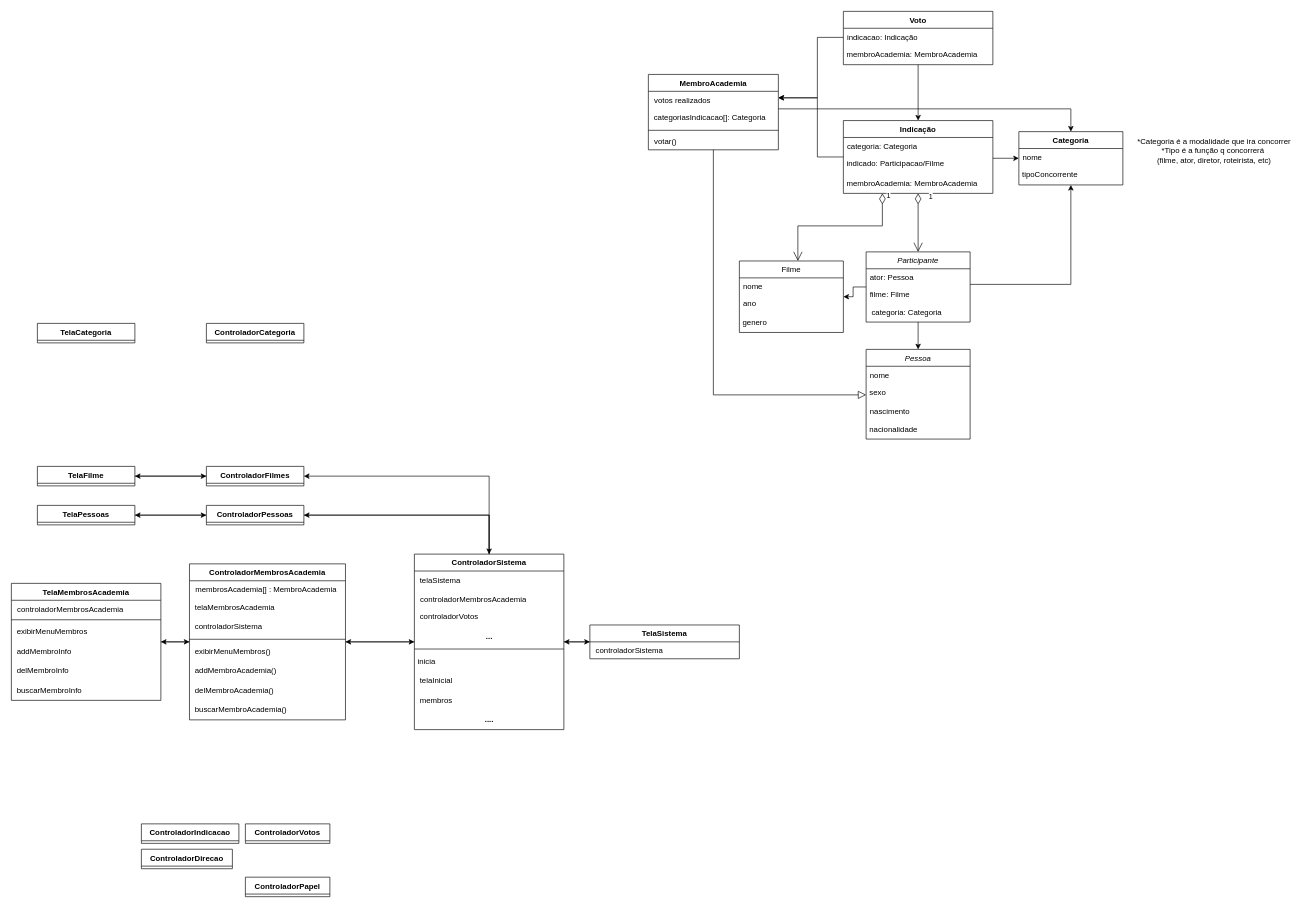
Before: Diagram de Classe V2.drawio in joaotuyama21/trabalho_dsoo, a draw.io diagram. Source tidied: cells renumbered, new cells numbered last; positions are measured from the earlier drawing's top-left corner, leaving out a move shared by most shapes. Both pictures are drawn from the tidied source at 65%, with x=0, y=0 at pixel (11, 11).
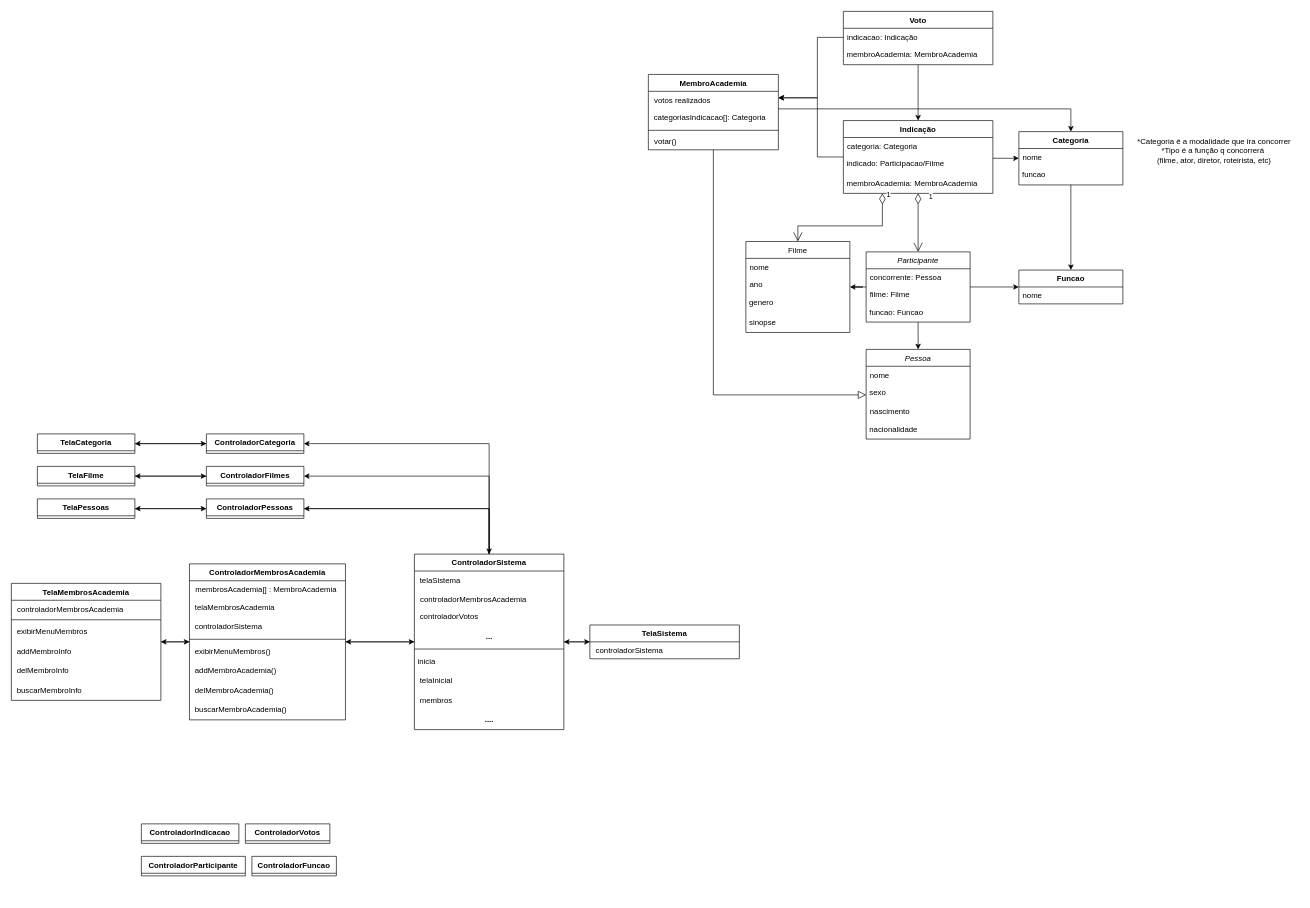
After the change.

Unchanged cells that the change refers to:
```xml
<mxCell id="25" value="ControladorSistema" style="swimlane;fontStyle=1;align=center;verticalAlign=top;horizontal=1;startSize=26;whiteSpace=wrap;html=1;" parent="1" vertex="1">
  <mxGeometry x="620" y="835" width="230" height="270" as="geometry" />
</mxCell>
<mxCell id="60" value="Categoria" style="swimlane;fontStyle=1;align=center;verticalAlign=top;horizontal=1;startSize=26;whiteSpace=wrap;html=1;" parent="1" vertex="1">
  <mxGeometry x="1550" y="185" width="160" height="82" as="geometry" />
</mxCell>
<mxCell id="63" value="Participante" style="swimlane;fontStyle=2;align=center;verticalAlign=top;horizontal=1;startSize=26;rounded=0;shadow=0;strokeWidth=1;" parent="1" vertex="1">
  <mxGeometry x="1315" y="370" width="160" height="108" as="geometry" />
</mxCell>
```

Change to the diagram source:
```diff
@@
     <mxCell id="4" value="ControladorPessoas" style="swimlane;fontStyle=1;align=center;verticalAlign=top;horizontal=1;startSize=26;whiteSpace=wrap;html=1;" parent="1" vertex="1" collapsed="1">
-      <mxGeometry x="300" y="760" width="150" height="30" as="geometry" />
+      <mxGeometry x="300" y="750" width="150" height="30" as="geometry" />
     </mxCell>
-    <mxCell id="5" value="ControladorPapel" style="swimlane;fontStyle=1;align=center;verticalAlign=top;horizontal=1;startSize=26;whiteSpace=wrap;html=1;" parent="1" vertex="1" collapsed="1">
-      <mxGeometry x="360" y="1332" width="130" height="30" as="geometry" />
+    <mxCell id="5" value="ControladorParticipante" style="swimlane;fontStyle=1;align=center;verticalAlign=top;horizontal=1;startSize=26;whiteSpace=wrap;html=1;" parent="1" vertex="1" collapsed="1">
+      <mxGeometry x="200" y="1300" width="160" height="30" as="geometry" />
     </mxCell>
-    <mxCell id="6" value="ControladorDirecao" style="swimlane;fontStyle=1;align=center;verticalAlign=top;horizontal=1;startSize=26;whiteSpace=wrap;html=1;" parent="1" vertex="1" collapsed="1">
-      <mxGeometry x="200" y="1289" width="140" height="30" as="geometry" />
-    </mxCell>
@@
+    <mxCell id="93" style="edgeStyle=orthogonalEdgeStyle;rounded=0;jettySize=auto;html=1;" parent="1" edge="1" source="8" target="92">
+      <mxGeometry relative="1" as="geometry" />
+    </mxCell>
     <mxCell id="8" value="ControladorCategoria" style="swimlane;fontStyle=1;align=center;verticalAlign=top;horizontal=1;startSize=26;whiteSpace=wrap;html=1;" parent="1" vertex="1" collapsed="1">
-      <mxGeometry x="300" y="480" width="150" height="30" as="geometry" />
+      <mxGeometry x="300" y="650" width="150" height="30" as="geometry" />
     </mxCell>
@@
     <mxCell id="24" style="edgeStyle=orthogonalEdgeStyle;rounded=0;jettySize=auto;html=1;" parent="1" edge="1" source="25" target="4">
       <mxGeometry relative="1" as="geometry">
         <Array as="points">
-          <mxPoint x="735" y="775" />
+          <mxPoint x="735" y="765" />
         </Array>
       </mxGeometry>
     </mxCell>
+    <mxCell id="94" style="edgeStyle=orthogonalEdgeStyle;rounded=0;jettySize=auto;html=1;" parent="1" edge="1" source="25" target="8">
+      <mxGeometry relative="1" as="geometry">
+        <Array as="points">
+          <mxPoint x="735" y="665" />
+        </Array>
+      </mxGeometry>
+    </mxCell>
@@
     <mxCell id="40" value="Filme" style="swimlane;fontStyle=0;align=center;verticalAlign=top;horizontal=1;startSize=26;rounded=0;shadow=0;strokeWidth=1;" parent="1" vertex="1">
-      <mxGeometry x="1120" y="384" width="160" height="110" as="geometry" />
+      <mxGeometry x="1130" y="354" width="160" height="140" as="geometry" />
     </mxCell>
@@
+    <mxCell id="95" value="&amp;nbsp;sinopse" style="text;html=1;align=left;verticalAlign=middle;strokeColor=none;fillColor=none;" parent="40" vertex="1">
+      <mxGeometry y="110" width="160" height="30" as="geometry" />
+    </mxCell>
@@
+    <mxCell id="96" style="edgeStyle=orthogonalEdgeStyle;rounded=0;jettySize=auto;html=1;" parent="1" edge="1" source="60" target="99">
+      <mxGeometry relative="1" as="geometry" />
+    </mxCell>
@@
-    <mxCell id="62" value="&amp;nbsp;tipoConcorrente" style="text;html=1;align=left;verticalAlign=middle;strokeColor=none;fillColor=none;" parent="60" vertex="1">
+    <mxCell id="62" value="&amp;nbsp;funcao" style="text;html=1;align=left;verticalAlign=middle;strokeColor=none;fillColor=none;" parent="60" vertex="1">
       <mxGeometry y="52" width="160" height="30" as="geometry" />
     </mxCell>
+    <mxCell id="97" style="edgeStyle=orthogonalEdgeStyle;rounded=0;jettySize=auto;html=1;" parent="1" edge="1" source="63" target="99">
+      <mxGeometry relative="1" as="geometry" />
+    </mxCell>
@@
-    <mxCell id="64" value="ator: Pessoa" style="text;align=left;verticalAlign=top;spacingLeft=4;spacingRight=4;overflow=hidden;" parent="63" vertex="1">
+    <mxCell id="64" value="concorrente: Pessoa" style="text;align=left;verticalAlign=top;spacingLeft=4;spacingRight=4;overflow=hidden;" parent="63" vertex="1">
       <mxGeometry y="26" width="160" height="26" as="geometry" />
     </mxCell>
@@
-    <mxCell id="66" value="&amp;nbsp; categoria: Categoria" style="text;html=1;align=left;verticalAlign=middle;strokeColor=none;fillColor=none;" parent="63" vertex="1">
+    <mxCell id="66" value="&amp;nbsp;funcao: Funcao" style="text;html=1;align=left;verticalAlign=middle;strokeColor=none;fillColor=none;" parent="63" vertex="1">
       <mxGeometry y="78" width="160" height="30" as="geometry" />
     </mxCell>
@@
-    <mxCell id="73" style="edgeStyle=orthogonalEdgeStyle;rounded=0;jettySize=auto;html=1;" parent="1" edge="1" source="63" target="60">
-      <mxGeometry relative="1" as="geometry">
-        <Array as="points">
-          <mxPoint x="1630" y="420" />
-        </Array>
-      </mxGeometry>
-    </mxCell>
@@
     <mxCell id="86" style="edgeStyle=orthogonalEdgeStyle;rounded=0;jettySize=auto;html=1;" parent="1" edge="1" source="87" target="4">
       <mxGeometry relative="1" as="geometry">
         <Array as="points">
-          <mxPoint x="115" y="775" />
+          <mxPoint x="115" y="765" />
         </Array>
       </mxGeometry>
     </mxCell>
     <mxCell id="87" value="TelaPessoas" style="swimlane;fontStyle=1;align=center;verticalAlign=top;horizontal=1;startSize=26;whiteSpace=wrap;html=1;" parent="1" vertex="1" collapsed="1">
-      <mxGeometry x="40" y="760" width="150" height="30" as="geometry" />
+      <mxGeometry x="40" y="750" width="150" height="30" as="geometry" />
     </mxCell>
@@
+    <mxCell id="98" style="edgeStyle=orthogonalEdgeStyle;rounded=0;jettySize=auto;html=1;" parent="1" edge="1" source="92" target="8">
+      <mxGeometry relative="1" as="geometry" />
+    </mxCell>
     <mxCell id="92" value="TelaCategoria" style="swimlane;fontStyle=1;align=center;verticalAlign=top;horizontal=1;startSize=26;whiteSpace=wrap;html=1;" parent="1" vertex="1" collapsed="1">
-      <mxGeometry x="40" y="480" width="150" height="30" as="geometry" />
+      <mxGeometry x="40" y="650" width="150" height="30" as="geometry" />
     </mxCell>
+    <mxCell id="99" value="Funcao" style="swimlane;fontStyle=1;align=center;verticalAlign=top;horizontal=1;startSize=26;whiteSpace=wrap;html=1;" parent="1" vertex="1">
+      <mxGeometry x="1550" y="398" width="160" height="52" as="geometry" />
+    </mxCell>
+    <mxCell id="100" value="nome" style="text;strokeColor=none;fillColor=none;align=left;verticalAlign=top;spacingLeft=4;spacingRight=4;overflow=hidden;whiteSpace=wrap;html=1;" parent="99" vertex="1">
+      <mxGeometry y="26" width="160" height="26" as="geometry" />
+    </mxCell>
+    <mxCell id="101" value="ControladorFuncao" style="swimlane;fontStyle=1;align=center;verticalAlign=top;horizontal=1;startSize=26;whiteSpace=wrap;html=1;" parent="1" vertex="1" collapsed="1">
+      <mxGeometry x="370" y="1300" width="130" height="30" as="geometry" />
+    </mxCell>
```
